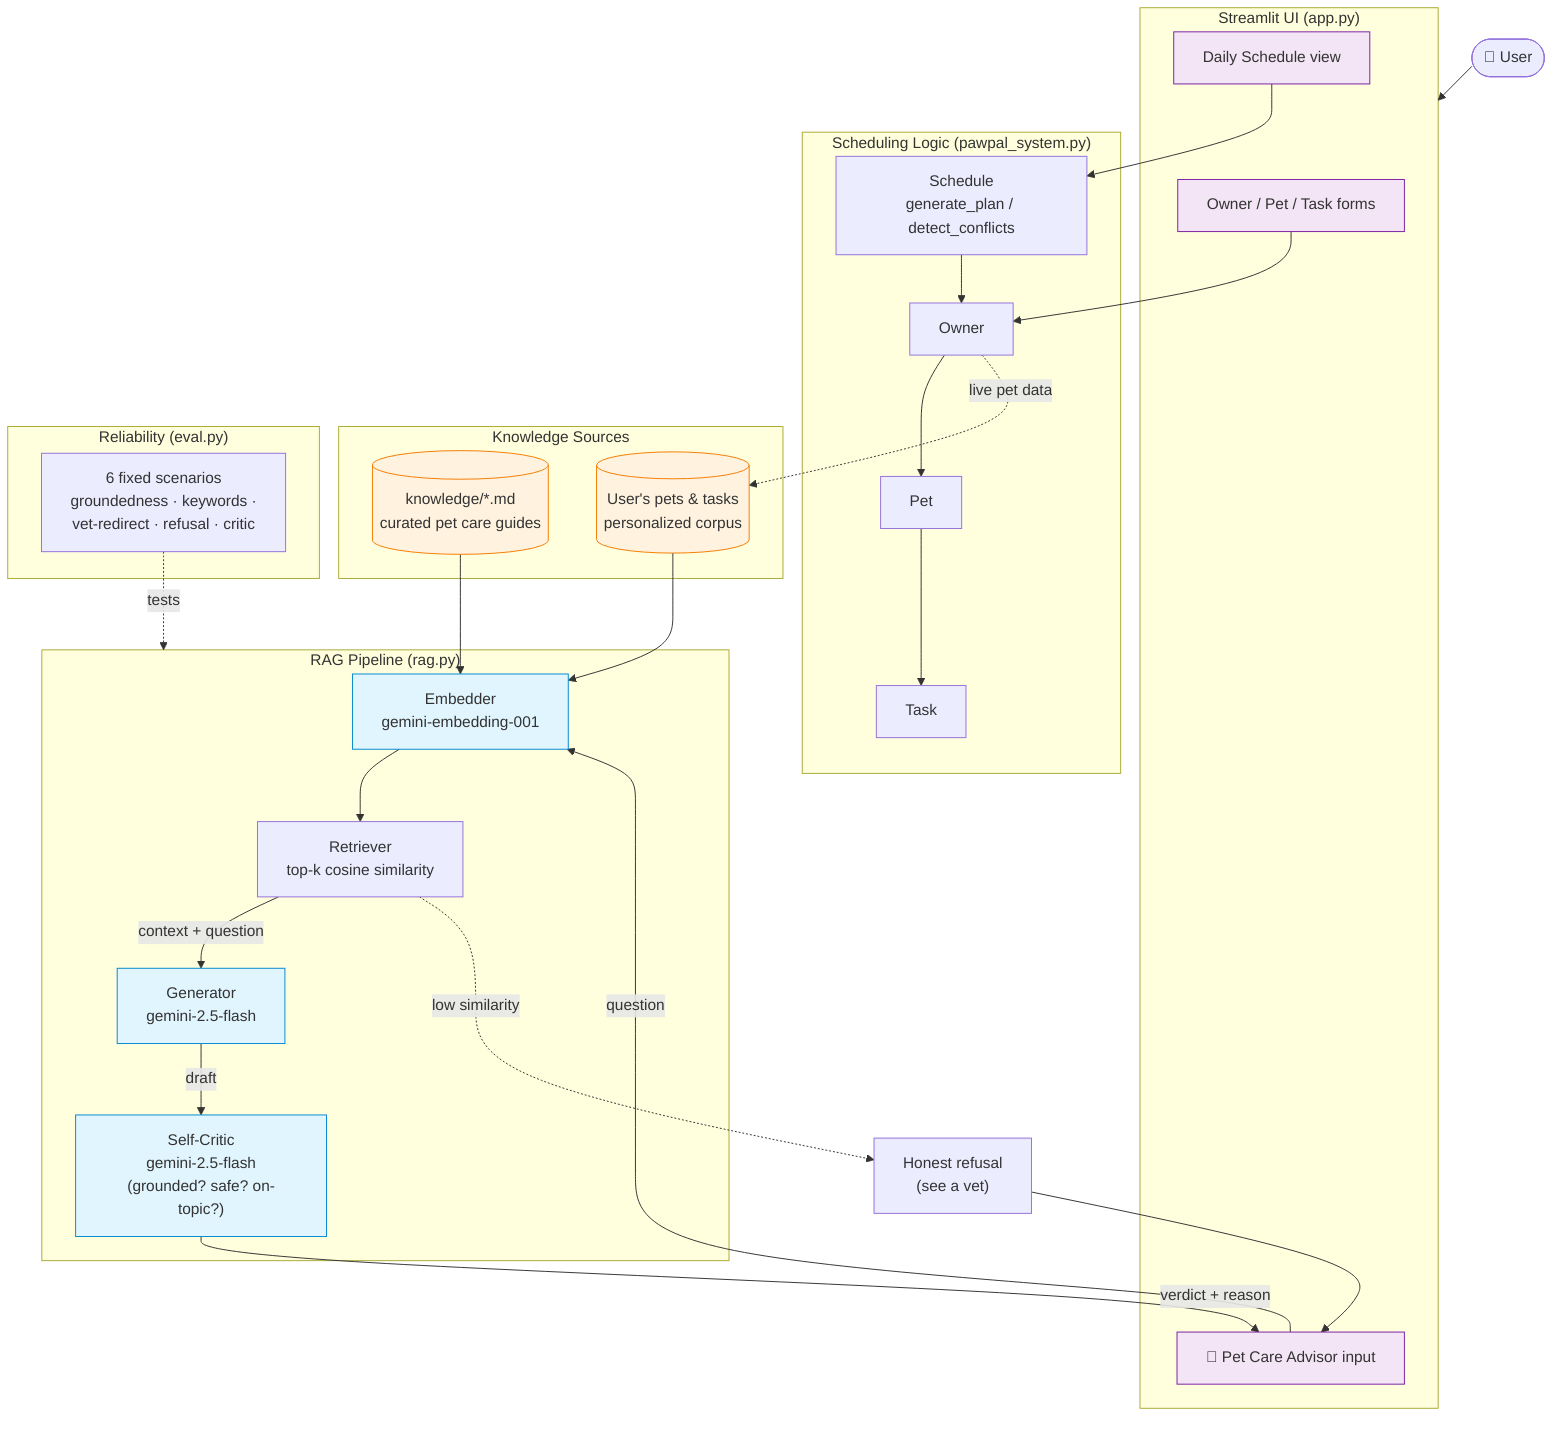
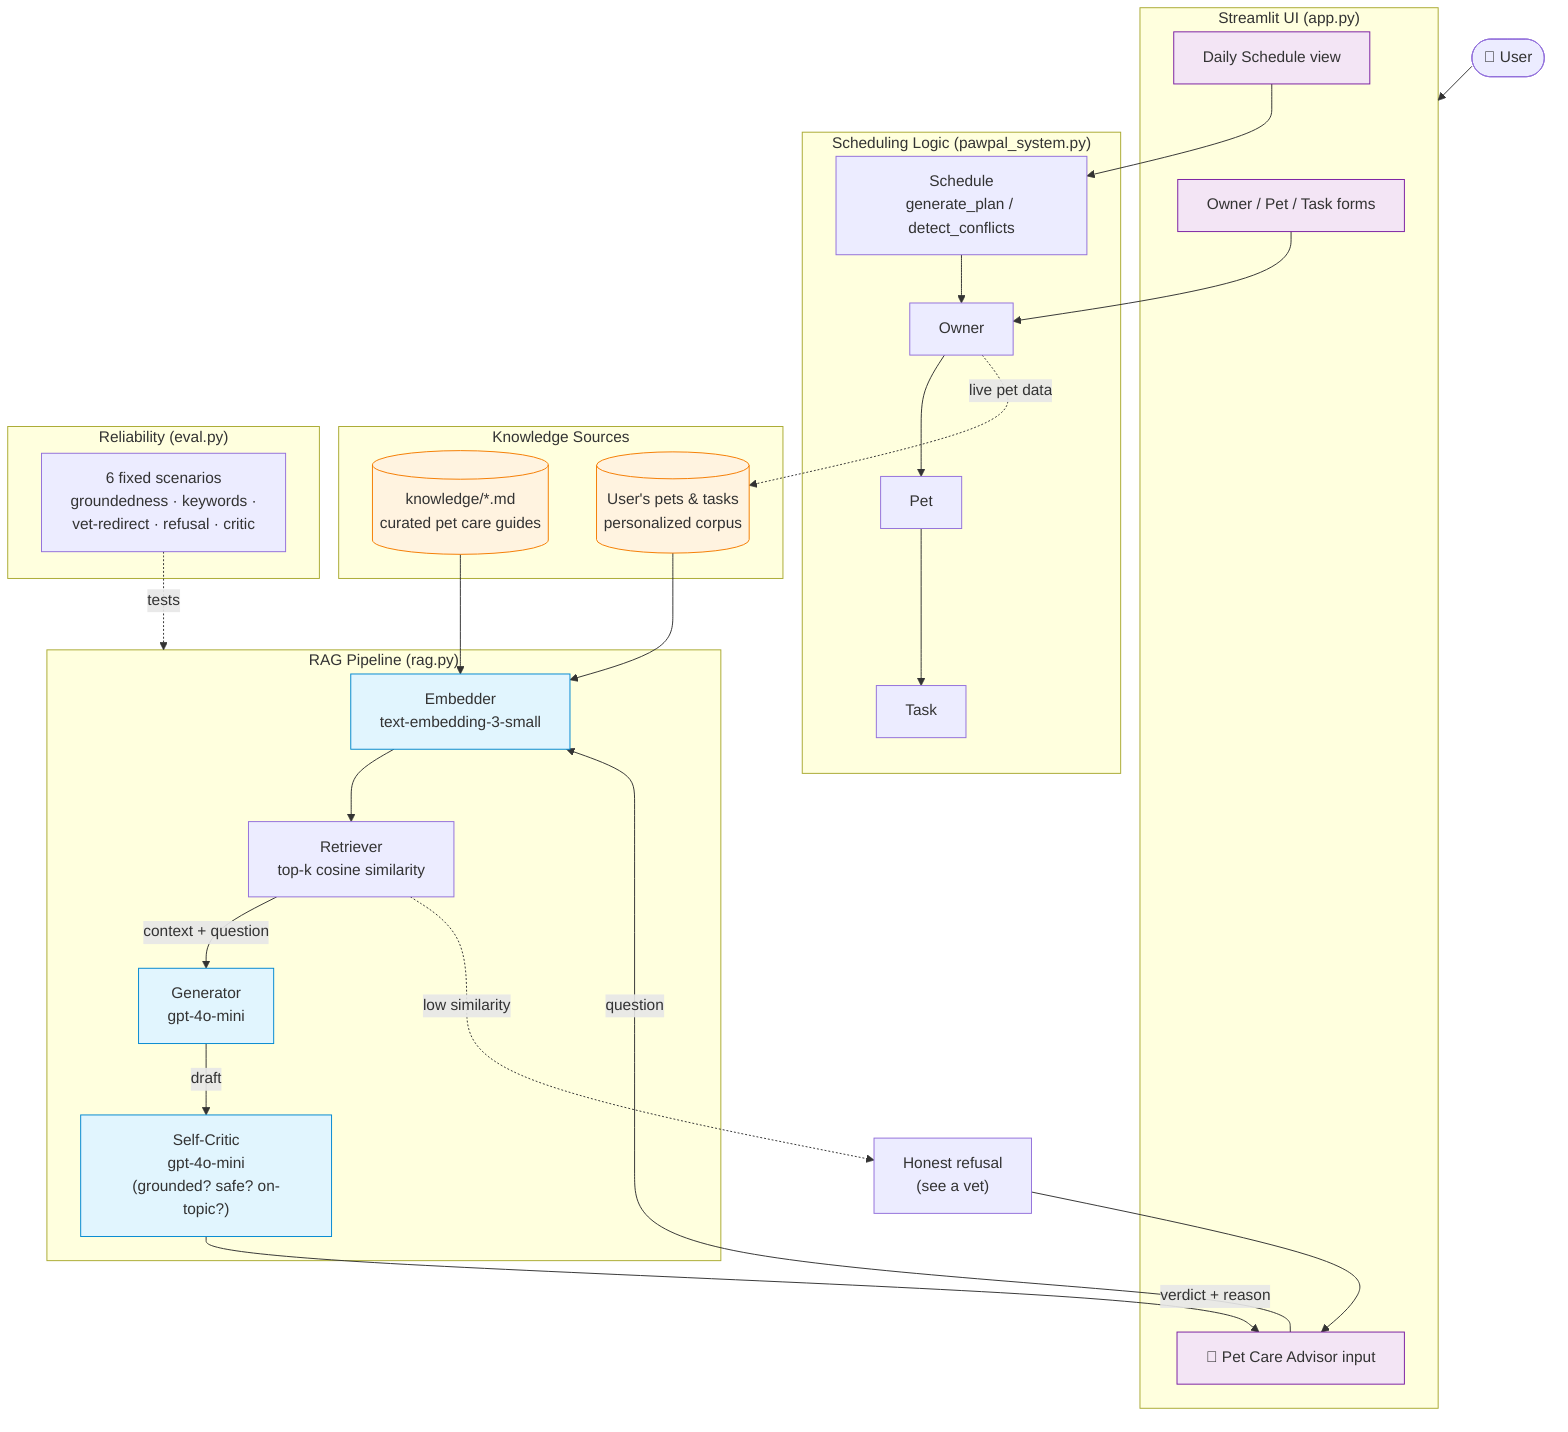
flowchart TD
    User([👤 User])

    subgraph UI["Streamlit UI (app.py)"]
        Owner_UI["Owner / Pet / Task forms"]
        Sched_UI["Daily Schedule view"]
        Advisor_UI["🤖 Pet Care Advisor input"]
    end

    subgraph Logic["Scheduling Logic (pawpal_system.py)"]
        Owner["Owner"]
        Pet["Pet"]
        Task["Task"]
        Schedule["Schedule<br/>generate_plan / detect_conflicts"]
    end

    subgraph RAG["RAG Pipeline (rag.py)"]
-         Embed["Embedder<br/>gemini-embedding-001"]
+         Embed["Embedder<br/>text-embedding-3-small"]
        Retrieve["Retriever<br/>top-k cosine similarity"]
-         Generator["Generator<br/>gemini-2.5-flash"]
-         Critic["Self-Critic<br/>gemini-2.5-flash<br/>(grounded? safe? on-topic?)"]
+         Generator["Generator<br/>gpt-4o-mini"]
+         Critic["Self-Critic<br/>gpt-4o-mini<br/>(grounded? safe? on-topic?)"]
    end

    subgraph Sources["Knowledge Sources"]
        KB[(knowledge/*.md<br/>curated pet care guides)]
        UserData[(User's pets &amp; tasks<br/>personalized corpus)]
    end

    subgraph Eval["Reliability (eval.py)"]
        Harness["6 fixed scenarios<br/>groundedness · keywords ·<br/>vet-redirect · refusal · critic"]
    end

    User --> UI
    Owner_UI --> Owner
    Sched_UI --> Schedule
    Schedule --> Owner
    Owner --> Pet --> Task

    Advisor_UI -->|question| Embed
    Owner -.->|live pet data| UserData
    KB --> Embed
    UserData --> Embed
    Embed --> Retrieve
    Retrieve -->|context + question| Generator
    Generator -->|draft| Critic
    Critic -->|verdict + reason| Advisor_UI

    Retrieve -.->|low similarity| Refusal["Honest refusal<br/>(see a vet)"]
    Refusal --> Advisor_UI

    Harness -.->|tests| RAG

    classDef ai fill:#e1f5fe,stroke:#0288d1
    classDef data fill:#fff3e0,stroke:#f57c00
    classDef ui fill:#f3e5f5,stroke:#7b1fa2
    class Embed,Generator,Critic ai
    class KB,UserData data
    class Owner_UI,Sched_UI,Advisor_UI ui
